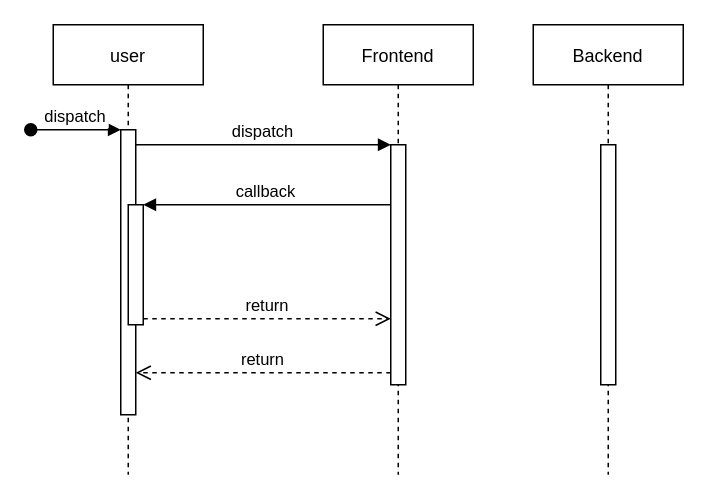
abdul35/workPractice keeps this draw.io diagram as Untitled Diagram.drawio. Above is the earlier version. Source tidied: cells renumbered, new cells numbered last; positions are measured from the earlier drawing's top-left corner, leaving out a move shared by most shapes. Both pictures are drawn from the tidied source at 150%, with x=0, y=0 at pixel (30, 24).
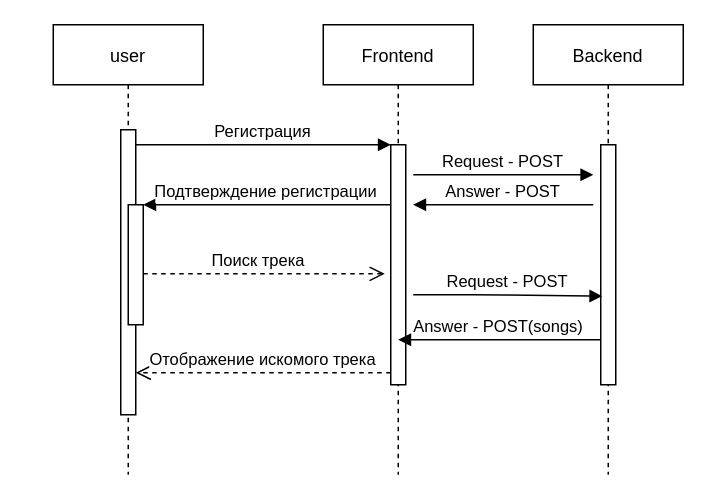
The same page after the edit.

The change refers to these unchanged cells:
```xml
<mxCell id="2" value="user" style="shape=umlLifeline;perimeter=lifelinePerimeter;rounded=0;shadow=0;strokeWidth=1;" parent="1" vertex="1">
  <mxGeometry x="15" width="100" height="300" as="geometry" />
</mxCell>
<mxCell id="3" style="points=[];perimeter=orthogonalPerimeter;rounded=0;shadow=0;strokeWidth=1;" parent="2" vertex="1">
  <mxGeometry x="45" y="70" width="10" height="190" as="geometry" />
</mxCell>
<mxCell id="5" style="points=[];perimeter=orthogonalPerimeter;rounded=0;shadow=0;strokeWidth=1;" parent="2" vertex="1">
  <mxGeometry x="50" y="120" width="10" height="80" as="geometry" />
</mxCell>
<mxCell id="7" style="points=[];perimeter=orthogonalPerimeter;rounded=0;shadow=0;strokeWidth=1;" parent="6" vertex="1">
  <mxGeometry x="45" y="80" width="10" height="160" as="geometry" />
</mxCell>
<mxCell id="13" style="points=[];perimeter=orthogonalPerimeter;rounded=0;shadow=0;strokeWidth=1;" parent="12" vertex="1">
  <mxGeometry x="45" y="80" width="10" height="160" as="geometry" />
</mxCell>
```

What changed in the source:
```diff
@@
-    <mxCell id="4" value="dispatch" style="verticalAlign=bottom;startArrow=oval;endArrow=block;startSize=8;shadow=0;strokeWidth=1;" parent="2" edge="1" target="3">
-      <mxGeometry relative="1" as="geometry">
-        <mxPoint x="-15" y="70" as="sourcePoint" />
-      </mxGeometry>
-    </mxCell>
@@
-    <mxCell id="8" value="return" style="verticalAlign=bottom;endArrow=open;dashed=1;endSize=8;exitX=0;exitY=0.95;shadow=0;strokeWidth=1;" parent="1" edge="1" source="7" target="3">
+    <mxCell id="8" value="Отображение искомого трека" style="verticalAlign=bottom;endArrow=open;dashed=1;endSize=8;exitX=0;exitY=0.95;shadow=0;strokeWidth=1;" parent="1" edge="1" source="7" target="3">
       <mxGeometry relative="1" as="geometry" />
     </mxCell>
-    <mxCell id="9" value="dispatch" style="verticalAlign=bottom;endArrow=block;entryX=0;entryY=0;shadow=0;strokeWidth=1;" parent="1" edge="1" source="3" target="7">
+    <mxCell id="9" value="Регистрация" style="verticalAlign=bottom;endArrow=block;entryX=0;entryY=0;shadow=0;strokeWidth=1;" parent="1" edge="1" source="3" target="7">
       <mxGeometry relative="1" as="geometry" />
     </mxCell>
-    <mxCell id="10" value="callback" style="verticalAlign=bottom;endArrow=block;entryX=1;entryY=0;shadow=0;strokeWidth=1;" parent="1" edge="1" source="7" target="5">
-      <mxGeometry relative="1" as="geometry" />
+    <mxCell id="10" value="Подтверждение регистрации" style="verticalAlign=bottom;endArrow=block;entryX=1;entryY=0;shadow=0;strokeWidth=1;" parent="1" edge="1" source="7" target="5">
+      <mxGeometry relative="1" as="geometry">
+        <Array as="points">
+          <mxPoint x="145" y="120" />
+        </Array>
+      </mxGeometry>
     </mxCell>
-    <mxCell id="11" value="return" style="verticalAlign=bottom;endArrow=open;dashed=1;endSize=8;exitX=1;exitY=0.95;shadow=0;strokeWidth=1;" parent="1" edge="1" source="5" target="7">
-      <mxGeometry relative="1" as="geometry" />
+    <mxCell id="11" value="Поиск трека" style="verticalAlign=bottom;endArrow=open;dashed=1;endSize=8;shadow=0;strokeWidth=1;entryX=-0.4;entryY=0.538;entryDx=0;entryDy=0;entryPerimeter=0;" parent="1" edge="1" source="5" target="7">
+      <mxGeometry x="0.33" y="-30" relative="1" as="geometry">
+        <Array as="points">
+          <mxPoint x="115" y="166" />
+          <mxPoint x="175" y="166" />
+        </Array>
+        <mxPoint x="-30" y="-30" as="offset" />
+      </mxGeometry>
     </mxCell>
@@
+    <mxCell id="14" value="Request - POST" style="verticalAlign=bottom;endArrow=block;shadow=0;strokeWidth=1;" parent="1" edge="1">
+      <mxGeometry relative="1" as="geometry">
+        <mxPoint x="255" y="100" as="sourcePoint" />
+        <mxPoint x="375" y="100" as="targetPoint" />
+      </mxGeometry>
+    </mxCell>
+    <mxCell id="15" value="Answer - POST" style="verticalAlign=bottom;endArrow=block;entryX=1;entryY=0;shadow=0;strokeWidth=1;" parent="1" edge="1">
+      <mxGeometry relative="1" as="geometry">
+        <mxPoint x="375" y="120" as="sourcePoint" />
+        <mxPoint x="255" y="120" as="targetPoint" />
+      </mxGeometry>
+    </mxCell>
+    <mxCell id="16" value="Request - POST" style="verticalAlign=bottom;endArrow=block;shadow=0;strokeWidth=1;entryX=0.1;entryY=0.631;entryDx=0;entryDy=0;entryPerimeter=0;" parent="1" edge="1" target="13">
+      <mxGeometry relative="1" as="geometry">
+        <mxPoint x="255" y="180" as="sourcePoint" />
+        <Array as="points">
+          <mxPoint x="305" y="180" />
+        </Array>
+      </mxGeometry>
+    </mxCell>
+    <mxCell id="17" value="Answer - POST(songs)" style="verticalAlign=bottom;endArrow=block;shadow=0;strokeWidth=1;" parent="1" edge="1">
+      <mxGeometry relative="1" as="geometry">
+        <mxPoint x="380" y="210" as="sourcePoint" />
+        <mxPoint x="245" y="210" as="targetPoint" />
+      </mxGeometry>
+    </mxCell>
```
